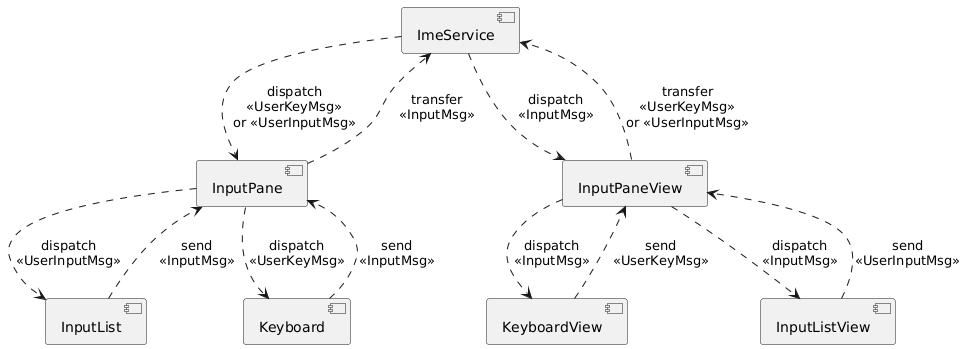
This is docs/img/message-transfer.png from crazydan-studio/kuaizi-ime-android, a PlantUML export, as it was before one commit. Source of this version:
```plantuml
@startuml
component [ImeService] as ime_svc

component [InputPane] as input_pane
component [InputList] as input_list
component [Keyboard] as keyboard

component [InputPaneView] as input_pane_view
component [KeyboardView] as keyboard_view
component [InputListView] as input_list_view

keyboard ..> input_pane: send\n<<InputMsg>>
input_list ..> input_pane: send\n<<InputMsg>>
input_pane ..> ime_svc: transfer\n<<InputMsg>>
ime_svc ..> input_pane_view: dispatch\n<<InputMsg>>
input_pane_view ..> keyboard_view: dispatch\n<<InputMsg>>
input_pane_view ..> input_list_view: dispatch\n<<InputMsg>>

keyboard_view ..> input_pane_view: send\n<<UserKeyMsg>>
input_list_view ..> input_pane_view: send\n<<UserInputMsg>>
input_pane_view ..> ime_svc: transfer\n<<UserKeyMsg>>\nor <<UserInputMsg>>
ime_svc ..> input_pane: dispatch\n<<UserKeyMsg>>\nor <<UserInputMsg>>
input_pane ..> keyboard: dispatch\n<<UserKeyMsg>>
input_pane ..> input_list: dispatch\n<<UserInputMsg>>
@enduml
```
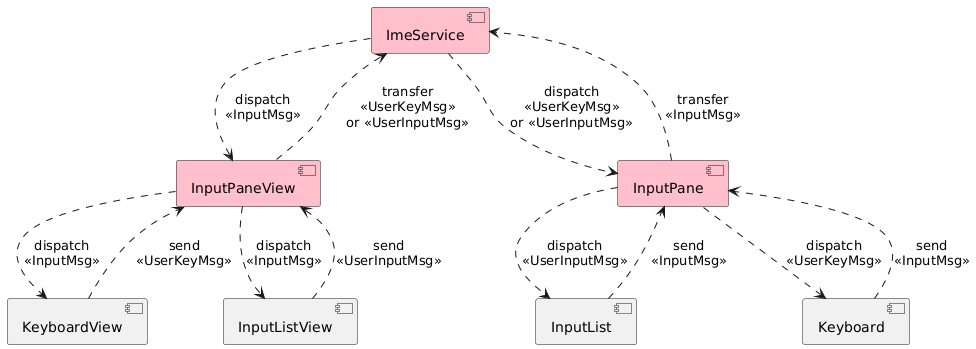
After the change.

Diff of the diagram source:
```diff
@@ -1,13 +1,20 @@
 @startuml
-component [ImeService] as ime_svc
+component [ImeService] as ime_svc #pink
 
-component [InputPane] as input_pane
+component [InputPaneView] as input_pane_view #pink
+component [KeyboardView] as keyboard_view
+component [InputListView] as input_list_view
+
+component [InputPane] as input_pane #pink
 component [InputList] as input_list
 component [Keyboard] as keyboard
 
-component [InputPaneView] as input_pane_view
-component [KeyboardView] as keyboard_view
-component [InputListView] as input_list_view
+keyboard_view ..> input_pane_view: send\n<<UserKeyMsg>>
+input_list_view ..> input_pane_view: send\n<<UserInputMsg>>
+input_pane_view ..> ime_svc: transfer\n<<UserKeyMsg>>\nor <<UserInputMsg>>
+ime_svc ..> input_pane: dispatch\n<<UserKeyMsg>>\nor <<UserInputMsg>>
+input_pane ..> keyboard: dispatch\n<<UserKeyMsg>>
+input_pane ..> input_list: dispatch\n<<UserInputMsg>>
 
 keyboard ..> input_pane: send\n<<InputMsg>>
 input_list ..> input_pane: send\n<<InputMsg>>
@@ -15,11 +22,4 @@
 ime_svc ..> input_pane_view: dispatch\n<<InputMsg>>
 input_pane_view ..> keyboard_view: dispatch\n<<InputMsg>>
 input_pane_view ..> input_list_view: dispatch\n<<InputMsg>>
-
-keyboard_view ..> input_pane_view: send\n<<UserKeyMsg>>
-input_list_view ..> input_pane_view: send\n<<UserInputMsg>>
-input_pane_view ..> ime_svc: transfer\n<<UserKeyMsg>>\nor <<UserInputMsg>>
-ime_svc ..> input_pane: dispatch\n<<UserKeyMsg>>\nor <<UserInputMsg>>
-input_pane ..> keyboard: dispatch\n<<UserKeyMsg>>
-input_pane ..> input_list: dispatch\n<<UserInputMsg>>
 @enduml
```
